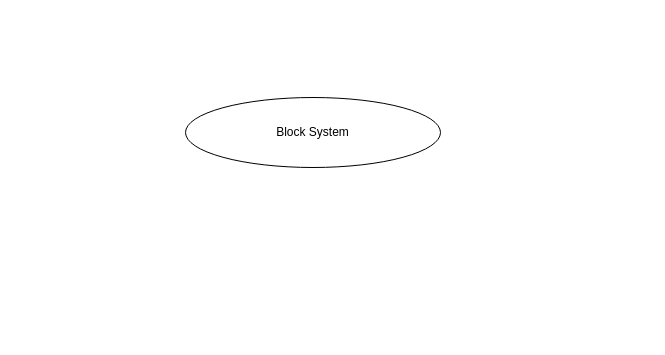
NotTom31/MechroKnights keeps this draw.io diagram as page "Block" (4 of 11) of Diagrams/Mechanics Overview.drawio. Above is the earlier version. Source tidied: cells renumbered, new cells numbered last; positions are measured from the earlier drawing's top-left corner, leaving out a move shared by most shapes. Both pictures are drawn from the tidied source at 100%, with x=0, y=0 at pixel (185, 97).
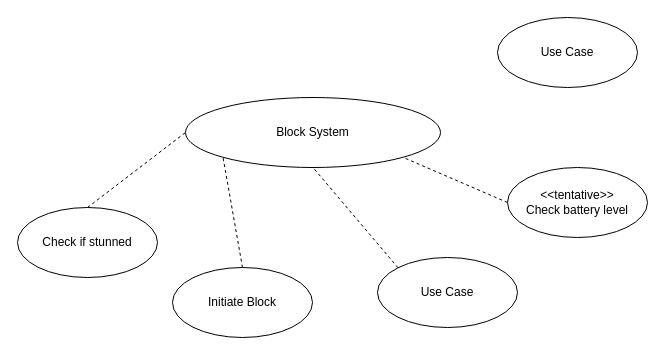
Above is the later version.

What changed in the source:
```diff
@@
 <mxGraphModel>
   <root>
     <mxCell id="0" />
     <mxCell id="1" parent="0" />
     <mxCell id="2" value="Block System" style="ellipse;whiteSpace=wrap;html=1;" parent="1" vertex="1">
       <mxGeometry width="255" height="70" as="geometry" />
     </mxCell>
+    <mxCell id="3" value="Check if stunned" style="ellipse;whiteSpace=wrap;html=1;" parent="1" vertex="1">
+      <mxGeometry x="-168" y="110" width="140" height="70" as="geometry" />
+    </mxCell>
+    <mxCell id="4" value="Initiate Block" style="ellipse;whiteSpace=wrap;html=1;" parent="1" vertex="1">
+      <mxGeometry x="-13" y="170" width="140" height="70" as="geometry" />
+    </mxCell>
+    <mxCell id="5" value="Use Case" style="ellipse;whiteSpace=wrap;html=1;" parent="1" vertex="1">
+      <mxGeometry x="192" y="160" width="140" height="70" as="geometry" />
+    </mxCell>
+    <mxCell id="6" style="endArrow=none;dashed=1;html=1;rounded=0;entryX=0;entryY=0.5;entryDx=0;entryDy=0;exitX=0.5;exitY=0;exitDx=0;exitDy=0;" parent="1" edge="1" source="3" target="2">
+      <mxGeometry relative="1" as="geometry" />
+    </mxCell>
+    <mxCell id="7" style="endArrow=none;dashed=1;html=1;rounded=0;entryX=0;entryY=1;entryDx=0;entryDy=0;exitX=0.5;exitY=0;exitDx=0;exitDy=0;" parent="1" edge="1" source="4" target="2">
+      <mxGeometry relative="1" as="geometry" />
+    </mxCell>
+    <mxCell id="8" style="endArrow=none;dashed=1;html=1;rounded=0;entryX=0.5;entryY=1;entryDx=0;entryDy=0;exitX=0;exitY=0;exitDx=0;exitDy=0;" parent="1" edge="1" source="5" target="2">
+      <mxGeometry relative="1" as="geometry" />
+    </mxCell>
+    <mxCell id="9" value="&amp;lt;&amp;lt;tentative&amp;gt;&amp;gt;&lt;br&gt;Check battery level" style="ellipse;whiteSpace=wrap;html=1;" parent="1" vertex="1">
+      <mxGeometry x="322" y="70" width="140" height="70" as="geometry" />
+    </mxCell>
+    <mxCell id="10" style="endArrow=none;dashed=1;html=1;rounded=0;entryX=1;entryY=1;entryDx=0;entryDy=0;exitX=0;exitY=0.5;exitDx=0;exitDy=0;" parent="1" edge="1" source="9" target="2">
+      <mxGeometry relative="1" as="geometry" />
+    </mxCell>
+    <mxCell id="11" value="Use Case" style="ellipse;whiteSpace=wrap;html=1;" parent="1" vertex="1">
+      <mxGeometry x="312" y="-80" width="140" height="70" as="geometry" />
+    </mxCell>
   </root>
 </mxGraphModel>
```
